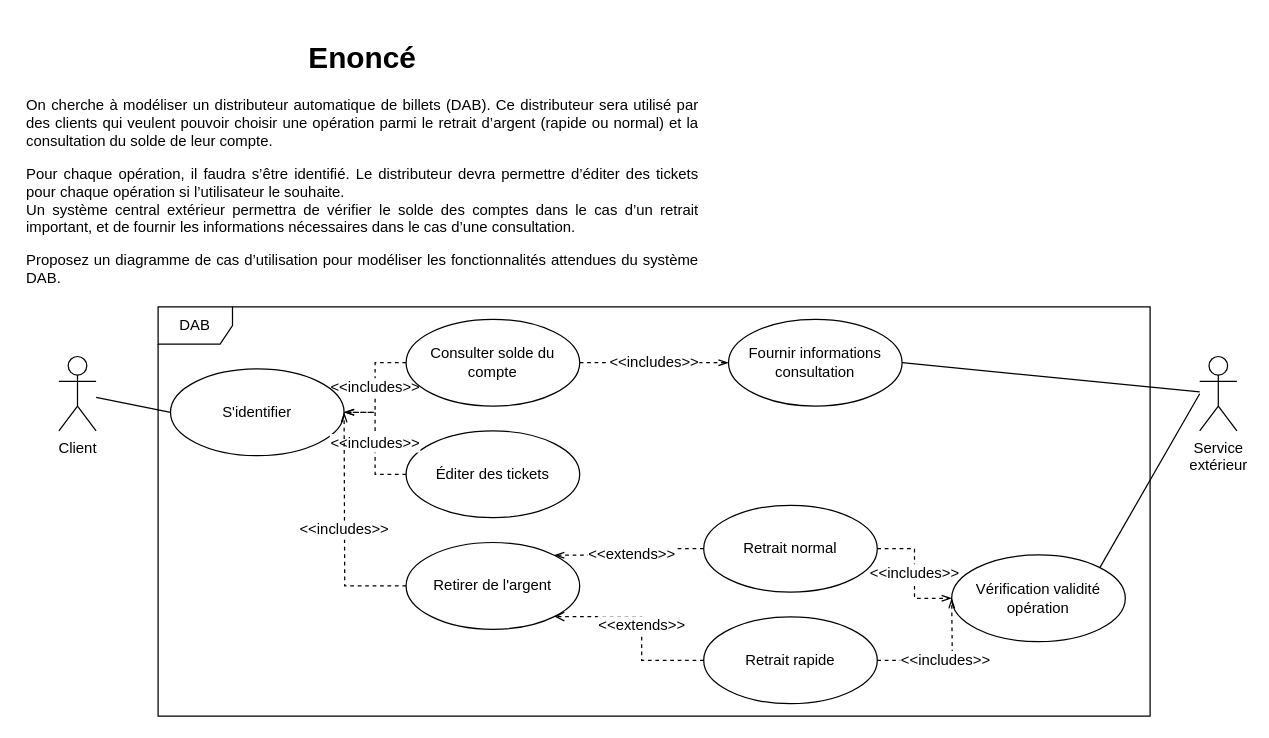
Above: exo03.drawio in valentin-cochin/cda-uml-exos (draw.io), before the change. Source tidied: cells renumbered, new cells numbered last; positions are measured from the earlier drawing's top-left corner, leaving out a move shared by most shapes. Both pictures are drawn from the tidied source at 124%, with x=0, y=0 at pixel (21, 33).
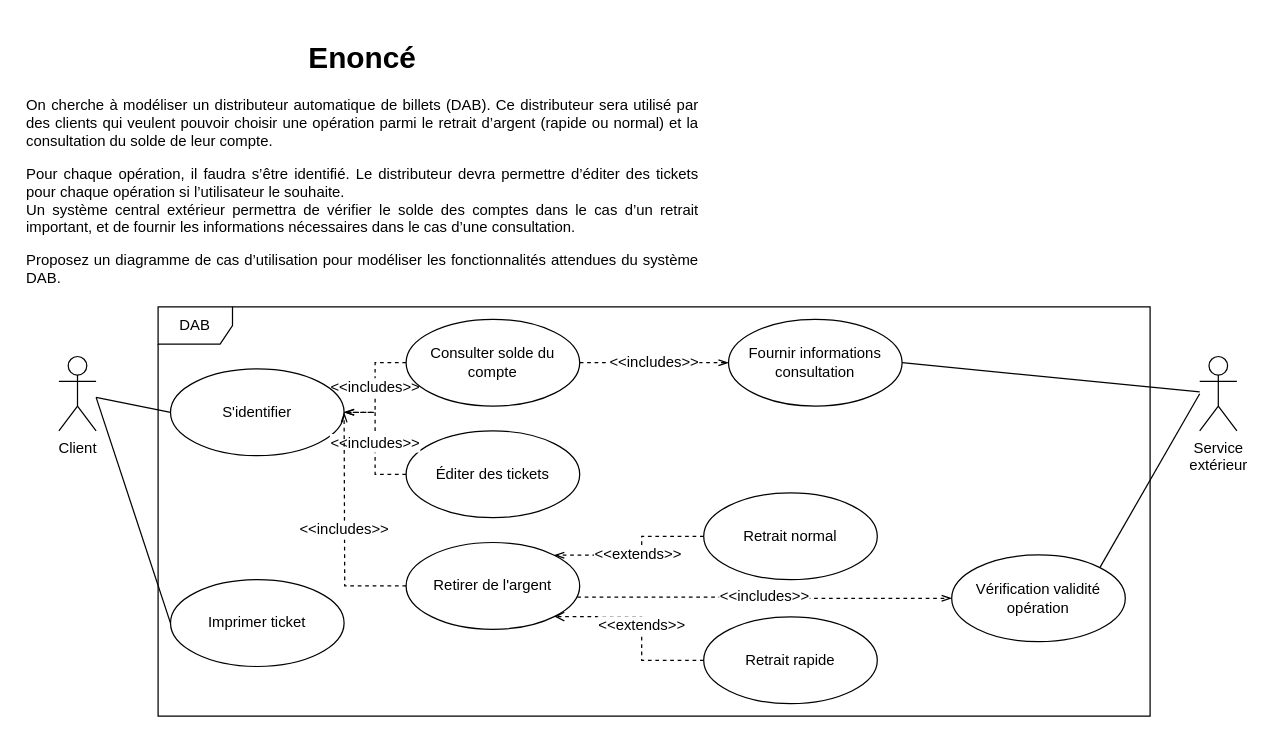
Above is the later version.

Unchanged cells that the change refers to:
```xml
<mxCell id="7" value="Retirer de l'argent" style="ellipse;whiteSpace=wrap;html=1;fontSize=12;align=center;" parent="1" vertex="1">
  <mxGeometry x="310" y="410" width="140" height="70" as="geometry" />
</mxCell>
<mxCell id="9" value="Retrait rapide" style="ellipse;whiteSpace=wrap;html=1;fontSize=12;align=center;" parent="1" vertex="1">
  <mxGeometry x="550" y="470" width="140" height="70" as="geometry" />
</mxCell>
<mxCell id="19" value="Vérification validité&lt;br&gt;opération" style="ellipse;whiteSpace=wrap;html=1;fontSize=12;align=center;" parent="1" vertex="1">
  <mxGeometry x="750" y="420" width="140" height="70" as="geometry" />
</mxCell>
```

Change to the diagram source:
```diff
@@
-    <mxCell id="11" value="&amp;lt;&amp;lt;includes&amp;gt;&amp;gt;" style="edgeStyle=orthogonalEdgeStyle;rounded=0;jettySize=auto;html=1;endArrow=openThin;endFill=0;fontSize=12;dashed=1;" parent="1" edge="1" source="12" target="19">
+    <mxCell id="11" value="&amp;lt;&amp;lt;includes&amp;gt;&amp;gt;" style="edgeStyle=orthogonalEdgeStyle;rounded=0;jettySize=auto;html=1;endArrow=openThin;endFill=0;fontSize=12;dashed=1;exitX=0.986;exitY=0.629;exitDx=0;exitDy=0;exitPerimeter=0;" parent="1" edge="1" source="7" target="19">
       <mxGeometry relative="1" as="geometry" />
     </mxCell>
     <mxCell id="12" value="Retrait normal" style="ellipse;whiteSpace=wrap;html=1;fontSize=12;align=center;" parent="1" vertex="1">
-      <mxGeometry x="550" y="380" width="140" height="70" as="geometry" />
+      <mxGeometry x="550" y="370" width="140" height="70" as="geometry" />
     </mxCell>
@@
-    <mxCell id="20" value="&amp;lt;&amp;lt;includes&amp;gt;&amp;gt;" style="edgeStyle=orthogonalEdgeStyle;rounded=0;jettySize=auto;html=1;endArrow=openThin;endFill=0;fontSize=12;dashed=1;" parent="1" edge="1" source="9">
-      <mxGeometry relative="1" as="geometry">
-        <mxPoint x="750" y="455" as="targetPoint" />
-      </mxGeometry>
-    </mxCell>
@@
+    <mxCell id="25" value="Imprimer ticket" style="ellipse;whiteSpace=wrap;html=1;fontSize=12;align=center;" parent="1" vertex="1">
+      <mxGeometry x="120" y="440" width="140" height="70" as="geometry" />
+    </mxCell>
+    <mxCell id="26" style="endArrow=none;html=1;fontSize=12;exitX=0;exitY=0.5;exitDx=0;exitDy=0;" parent="1" edge="1" source="25">
+      <mxGeometry relative="1" as="geometry">
+        <mxPoint x="60" y="293" as="targetPoint" />
+      </mxGeometry>
+    </mxCell>
```
